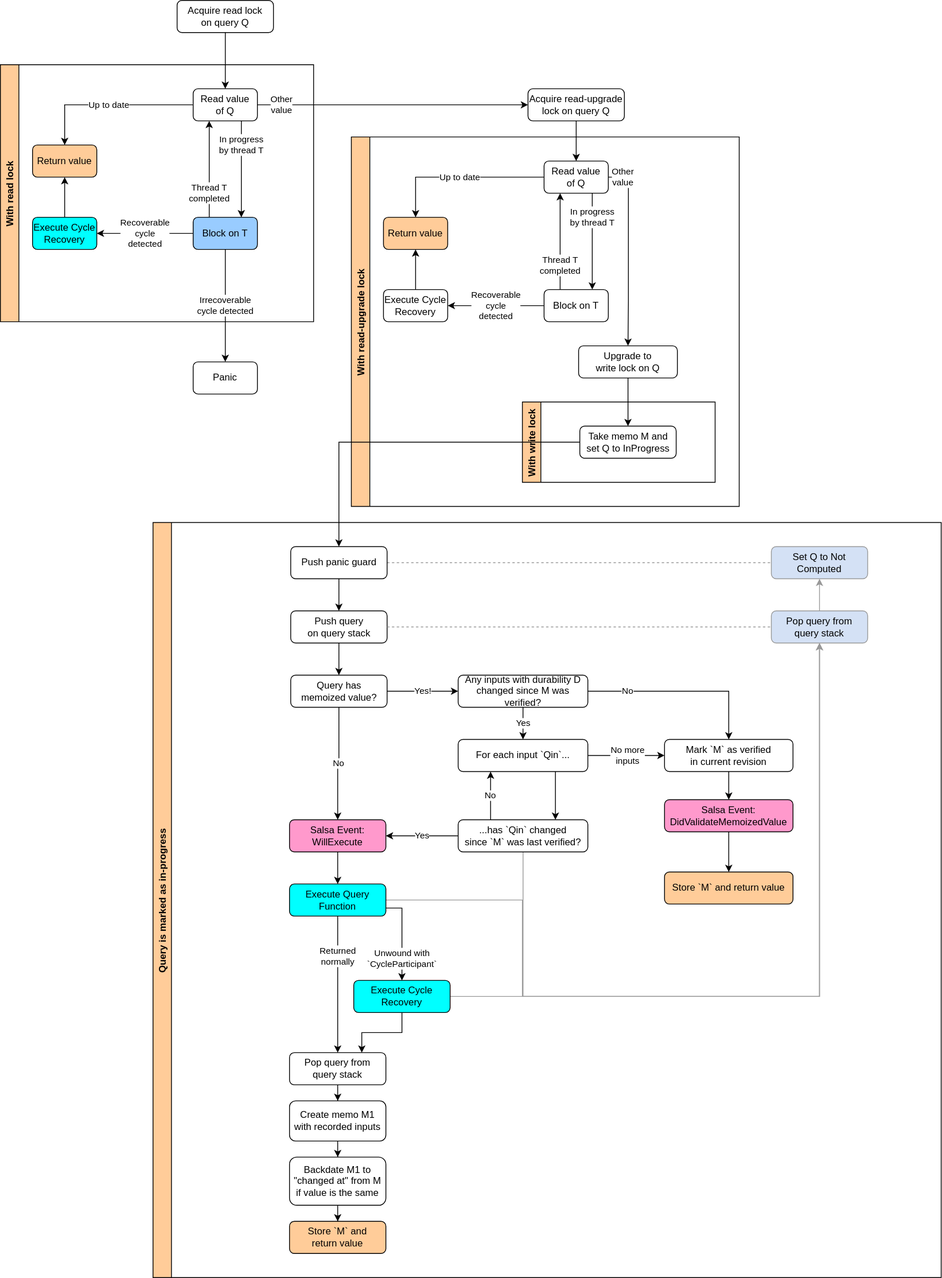
Earlier version of the draw.io export book/src/derived-query-read.drawio.svg (salsa-rs/salsa). Source tidied: cells renumbered, new cells last; positions are measured from the earlier drawing's top-left corner, leaving out a move shared by most shapes.
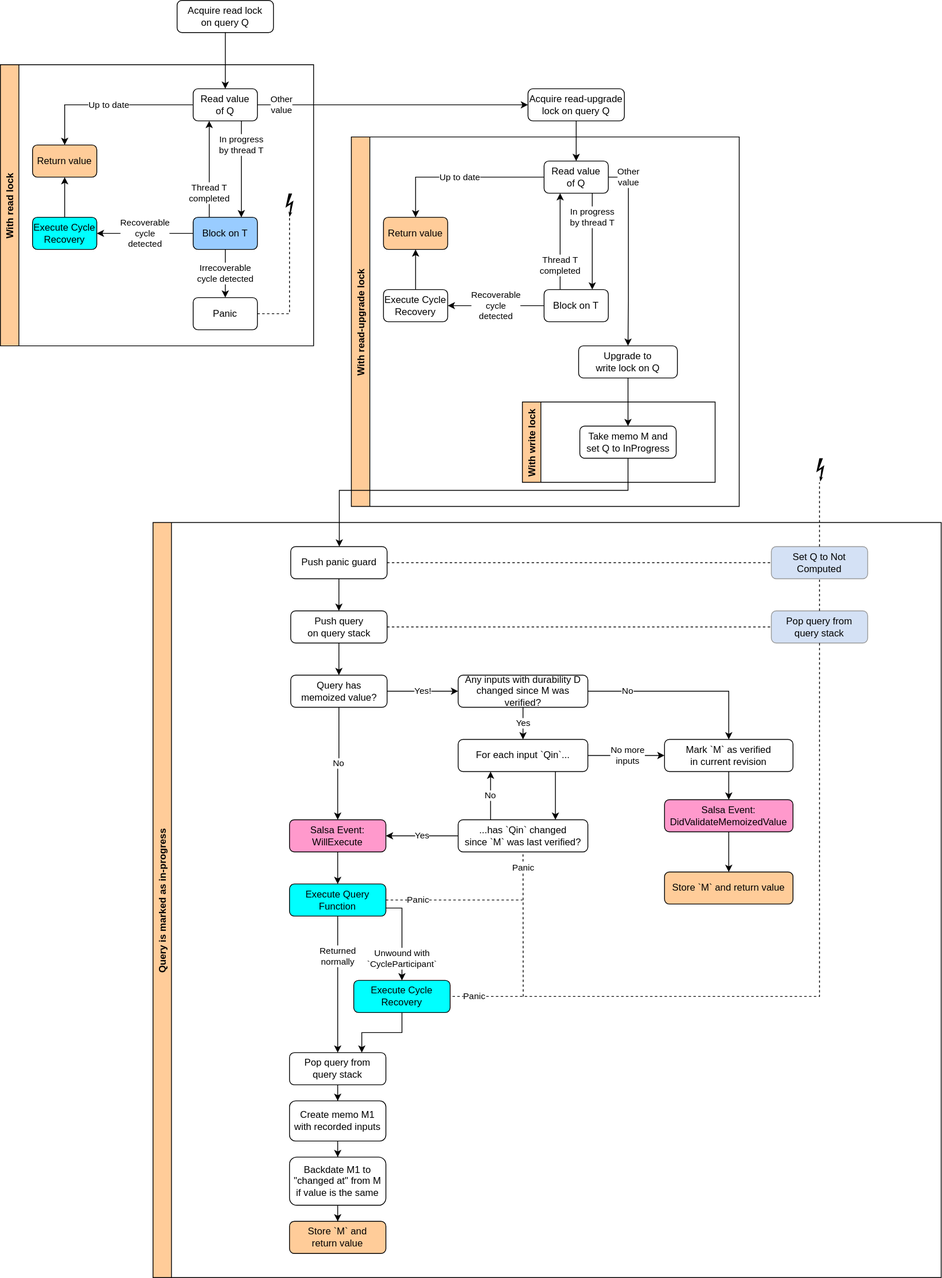
The same file after the commit.

Commit message:
Cleanup edges, panics for diagram

What changed in the source:
```diff
@@ -15,7 +15,7 @@
       <mxGeometry x="657" y="110" width="120" height="40" as="geometry" />
     </mxCell>
     <mxCell id="6" value="With read lock" style="swimlane;horizontal=0;fontColor=default;strokeColor=default;fillColor=#FFCC99;" parent="1" vertex="1">
-      <mxGeometry y="80" width="390" height="320" as="geometry" />
+      <mxGeometry y="80" width="390" height="350" as="geometry" />
     </mxCell>
     <mxCell id="7" value="In progress&lt;br&gt;by thread T" style="edgeStyle=orthogonalEdgeStyle;rounded=0;jettySize=auto;html=1;fontColor=default;startArrow=none;exitX=0.75;exitY=1;exitDx=0;exitDy=0;entryX=0.75;entryY=0;entryDx=0;entryDy=0;" parent="6" edge="1" source="8" target="10">
       <mxGeometry x="-0.5" relative="1" as="geometry" />
@@ -44,20 +44,23 @@
     <mxCell id="15" value="Recoverable &lt;br&gt;cycle&lt;br&gt;&lt;div&gt;detected&lt;/div&gt;" style="edgeStyle=orthogonalEdgeStyle;rounded=0;jettySize=auto;html=1;fontColor=default;" parent="6" edge="1" source="10" target="14">
       <mxGeometry relative="1" as="geometry" />
     </mxCell>
-    <mxCell id="16" value="Other&lt;br&gt;value" style="edgeStyle=orthogonalEdgeStyle;rounded=0;jettySize=auto;html=1;exitX=1;exitY=0.5;exitDx=0;exitDy=0;fontColor=default;" parent="1" edge="1" source="8" target="5">
-      <mxGeometry x="-0.82" relative="1" as="geometry">
-        <Array as="points">
-          <mxPoint x="470" y="130" />
-          <mxPoint x="470" y="130" />
-        </Array>
-      </mxGeometry>
-    </mxCell>
-    <mxCell id="17" value="Panic" style="rounded=1;whiteSpace=wrap;html=1;fontSize=12;glass=0;strokeWidth=1;shadow=0;fillColor=default;strokeColor=default;fontColor=default;" parent="1" vertex="1">
-      <mxGeometry x="240" y="450" width="80" height="40" as="geometry" />
+    <mxCell id="17" value="Panic" style="rounded=1;whiteSpace=wrap;html=1;fontSize=12;glass=0;strokeWidth=1;shadow=0;fillColor=default;strokeColor=default;fontColor=default;" parent="6" vertex="1">
+      <mxGeometry x="240" y="290" width="80" height="40" as="geometry" />
     </mxCell>
-    <mxCell id="18" value="Irrecoverable&lt;br&gt;cycle detected" style="edgeStyle=orthogonalEdgeStyle;rounded=0;jettySize=auto;html=1;shadow=0;fontColor=default;" parent="1" edge="1" source="10" target="17">
+    <mxCell id="18" value="Irrecoverable&lt;br&gt;cycle detected" style="edgeStyle=orthogonalEdgeStyle;rounded=0;jettySize=auto;html=1;shadow=0;fontColor=default;" parent="6" edge="1" source="10" target="17">
       <mxGeometry relative="1" as="geometry" />
     </mxCell>
+    <mxCell id="79" style="shape=mxgraph.signs.safety.high_voltage_2;html=1;fillColor=#000000;strokeColor=none;verticalLabelPosition=bottom;verticalAlign=top;align=center;sketch=0;" parent="6" vertex="1">
+      <mxGeometry x="355" y="160.5" width="10" height="29" as="geometry" />
+    </mxCell>
+    <mxCell id="16" value="Other&lt;br&gt;value" style="edgeStyle=orthogonalEdgeStyle;rounded=0;jettySize=auto;html=1;exitX=1;exitY=0.5;exitDx=0;exitDy=0;fontColor=default;" parent="1" edge="1" source="8" target="5">
+      <mxGeometry x="-0.82" relative="1" as="geometry">
+        <Array as="points">
+          <mxPoint x="470" y="130" />
+          <mxPoint x="470" y="130" />
+        </Array>
+      </mxGeometry>
+    </mxCell>
     <mxCell id="19" value="With read-upgrade lock" style="swimlane;horizontal=0;fontColor=default;strokeColor=default;fillColor=#FFCC99;" parent="1" vertex="1">
       <mxGeometry x="437" y="170" width="483" height="460" as="geometry" />
     </mxCell>
@@ -92,11 +95,12 @@
       <mxGeometry x="283" y="260" width="123" height="40" as="geometry" />
     </mxCell>
     <mxCell id="30" value="Other&lt;br&gt;value" style="edgeStyle=orthogonalEdgeStyle;rounded=0;jettySize=auto;html=1;shadow=0;fontColor=default;entryX=0.5;entryY=0;entryDx=0;entryDy=0;" parent="19" edge="1" source="21" target="29">
-      <mxGeometry x="-0.84" relative="1" as="geometry">
+      <mxGeometry x="-0.79" relative="1" as="geometry">
         <Array as="points">
           <mxPoint x="345" y="50" />
           <mxPoint x="345" y="205" />
         </Array>
+        <mxPoint x="1" as="offset" />
       </mxGeometry>
     </mxCell>
     <mxCell id="31" value="With write lock" style="swimlane;horizontal=0;fontColor=default;strokeColor=default;fillColor=#FFCC99;startSize=23;" parent="19" vertex="1">
@@ -108,22 +112,24 @@
     <mxCell id="33" style="edgeStyle=orthogonalEdgeStyle;rounded=0;jettySize=auto;html=1;shadow=0;fontColor=default;" parent="19" edge="1" source="29" target="32">
       <mxGeometry relative="1" as="geometry" />
     </mxCell>
-    <mxCell id="34" style="edgeStyle=orthogonalEdgeStyle;rounded=0;jettySize=auto;html=1;shadow=0;fontColor=default;" parent="1" edge="1" source="32" target="40">
-      <mxGeometry relative="1" as="geometry" />
+    <mxCell id="34" style="edgeStyle=orthogonalEdgeStyle;rounded=0;jettySize=auto;html=1;shadow=0;fontColor=default;exitX=0.5;exitY=1;exitDx=0;exitDy=0;" parent="1" edge="1" source="32" target="40">
+      <mxGeometry relative="1" as="geometry">
+        <Array as="points">
+          <mxPoint x="782" y="610" />
+          <mxPoint x="422" y="610" />
+        </Array>
+      </mxGeometry>
     </mxCell>
     <mxCell id="35" value="Query is marked as in-progress" style="swimlane;horizontal=0;fontColor=default;strokeColor=default;fillColor=#FFCC99;" parent="1" vertex="1">
       <mxGeometry x="190" y="650" width="981.5" height="940" as="geometry" />
     </mxCell>
-    <mxCell id="36" style="edgeStyle=orthogonalEdgeStyle;rounded=0;jettySize=auto;html=1;shadow=0;fontColor=default;strokeColor=#999999;" parent="35" edge="1" source="37" target="38">
-      <mxGeometry relative="1" as="geometry" />
-    </mxCell>
     <mxCell id="37" value="&lt;div&gt;Pop query from&lt;/div&gt;&lt;div&gt;query stack&lt;/div&gt;" style="rounded=1;whiteSpace=wrap;html=1;fontColor=default;strokeColor=#999999;fillColor=#D4E1F5;" parent="35" vertex="1">
       <mxGeometry x="770" y="110" width="120" height="40" as="geometry" />
     </mxCell>
     <mxCell id="38" value="Set Q to Not Computed" style="rounded=1;whiteSpace=wrap;html=1;fontColor=default;strokeColor=#999999;fillColor=#D4E1F5;" parent="35" vertex="1">
       <mxGeometry x="770" y="30" width="120" height="40" as="geometry" />
     </mxCell>
-    <mxCell id="39" style="endArrow=none;dashed=1;html=1;rounded=0;shadow=0;fontColor=default;strokeColor=#999999;exitX=1;exitY=0.5;exitDx=0;exitDy=0;entryX=0;entryY=0.5;entryDx=0;entryDy=0;" parent="35" edge="1" source="40" target="38">
+    <mxCell id="39" style="endArrow=none;dashed=1;html=1;rounded=0;shadow=0;fontColor=default;strokeColor=#000000;exitX=1;exitY=0.5;exitDx=0;exitDy=0;entryX=0;entryY=0.5;entryDx=0;entryDy=0;" parent="35" edge="1" source="40" target="38">
       <mxGeometry relative="1" as="geometry" />
     </mxCell>
     <mxCell id="40" value="Push panic guard" style="rounded=1;whiteSpace=wrap;html=1;fontSize=12;glass=0;strokeWidth=1;shadow=0;fillColor=default;strokeColor=default;fontColor=default;" parent="35" vertex="1">
@@ -132,7 +138,7 @@
     <mxCell id="41" value="Push query&lt;br&gt;on query stack" style="rounded=1;whiteSpace=wrap;html=1;fontSize=12;glass=0;strokeWidth=1;shadow=0;fillColor=default;strokeColor=default;fontColor=default;" parent="35" vertex="1">
       <mxGeometry x="171.5" y="110" width="120" height="40" as="geometry" />
     </mxCell>
-    <mxCell id="42" style="endArrow=none;dashed=1;html=1;rounded=0;shadow=0;fontColor=default;strokeColor=#999999;exitX=1;exitY=0.5;exitDx=0;exitDy=0;" parent="35" edge="1" source="41" target="37">
+    <mxCell id="42" style="endArrow=none;dashed=1;html=1;rounded=0;shadow=0;fontColor=default;strokeColor=#000000;exitX=1;exitY=0.5;exitDx=0;exitDy=0;" parent="35" edge="1" source="41" target="37">
       <mxGeometry relative="1" as="geometry" />
     </mxCell>
     <mxCell id="43" style="edgeStyle=orthogonalEdgeStyle;rounded=0;jettySize=auto;html=1;shadow=0;fontColor=default;" parent="35" edge="1" source="40" target="41">
@@ -150,24 +156,12 @@
     <mxCell id="47" value="No" style="edgeStyle=orthogonalEdgeStyle;rounded=0;jettySize=auto;html=1;shadow=0;fontColor=default;" parent="35" edge="1" source="44" target="46">
       <mxGeometry relative="1" as="geometry" />
     </mxCell>
-    <mxCell id="48" style="edgeStyle=orthogonalEdgeStyle;rounded=0;jettySize=auto;html=1;shadow=0;fontColor=default;strokeColor=#999999;" parent="35" edge="1" source="49" target="37">
-      <mxGeometry relative="1" as="geometry">
-        <Array as="points">
-          <mxPoint x="460" y="470" />
-          <mxPoint x="460" y="590" />
-          <mxPoint x="830" y="590" />
-        </Array>
-      </mxGeometry>
-    </mxCell>
     <mxCell id="49" value="Execute Query Function" style="rounded=1;whiteSpace=wrap;html=1;fontSize=12;glass=0;strokeWidth=1;shadow=0;fillColor=#00FFFF;strokeColor=default;fontColor=default;" parent="35" vertex="1">
       <mxGeometry x="170" y="450" width="120" height="40" as="geometry" />
     </mxCell>
     <mxCell id="50" style="edgeStyle=orthogonalEdgeStyle;rounded=0;jettySize=auto;html=1;shadow=0;fontColor=default;" parent="35" edge="1" source="46" target="49">
       <mxGeometry relative="1" as="geometry" />
     </mxCell>
-    <mxCell id="51" style="edgeStyle=orthogonalEdgeStyle;rounded=0;jettySize=auto;html=1;shadow=0;fontColor=default;strokeColor=#999999;" parent="35" edge="1" source="52" target="37">
-      <mxGeometry relative="1" as="geometry" />
-    </mxCell>
     <mxCell id="52" value="Execute Cycle Recovery" style="rounded=1;whiteSpace=wrap;html=1;fontSize=12;glass=0;strokeWidth=1;shadow=0;fillColor=#00FFFF;strokeColor=default;fontColor=default;" parent="35" vertex="1">
       <mxGeometry x="250" y="570" width="120" height="40" as="geometry" />
     </mxCell>
@@ -210,14 +204,6 @@
     <mxCell id="65" value="No" style="edgeStyle=orthogonalEdgeStyle;rounded=0;jettySize=auto;html=1;entryX=0.25;entryY=1;entryDx=0;entryDy=0;shadow=0;fontColor=default;exitX=0.25;exitY=0;exitDx=0;exitDy=0;" parent="35" edge="1" source="67" target="63">
       <mxGeometry relative="1" as="geometry" />
     </mxCell>
-    <mxCell id="66" style="edgeStyle=orthogonalEdgeStyle;rounded=0;jettySize=auto;html=1;shadow=0;fontColor=default;strokeColor=#999999;" parent="35" edge="1" source="67" target="37">
-      <mxGeometry relative="1" as="geometry">
-        <Array as="points">
-          <mxPoint x="461" y="590" />
-          <mxPoint x="830" y="590" />
-        </Array>
-      </mxGeometry>
-    </mxCell>
     <mxCell id="67" value="&lt;div&gt;...has `Qin` changed&lt;/div&gt;&lt;div&gt;since `M` was last verified?&lt;br&gt;&lt;/div&gt;" style="rounded=1;whiteSpace=wrap;html=1;fontSize=12;glass=0;strokeWidth=1;shadow=0;fillColor=default;strokeColor=default;fontColor=default;" parent="35" vertex="1">
       <mxGeometry x="380" y="370" width="161.5" height="40" as="geometry" />
     </mxCell>
@@ -256,5 +242,41 @@
     <mxCell id="78" value="No" style="edgeStyle=orthogonalEdgeStyle;rounded=0;jettySize=auto;html=1;shadow=0;fontColor=default;strokeColor=#000000;exitX=1;exitY=0.5;exitDx=0;exitDy=0;" parent="35" edge="1" source="77" target="69">
       <mxGeometry x="-0.59" relative="1" as="geometry" />
     </mxCell>
+    <mxCell id="80" value="&lt;div&gt;Panic&lt;/div&gt;" style="endArrow=none;dashed=1;html=1;rounded=0;entryX=0.5;entryY=1;entryDx=0;entryDy=0;" parent="35" edge="1" target="67">
+      <mxGeometry x="0.78" relative="1" as="geometry">
+        <mxPoint x="461" y="590" as="sourcePoint" />
+      </mxGeometry>
+    </mxCell>
+    <mxCell id="81" value="Panic" style="endArrow=none;dashed=1;html=1;rounded=0;entryX=1;entryY=0.5;entryDx=0;entryDy=0;exitX=0.5;exitY=1;exitDx=0;exitDy=0;" parent="35" edge="1" source="37" target="52">
+      <mxGeometry x="0.93" relative="1" as="geometry">
+        <Array as="points">
+          <mxPoint x="830" y="590" />
+        </Array>
+      </mxGeometry>
+    </mxCell>
+    <mxCell id="82" value="&lt;div&gt;Panic&lt;/div&gt;" style="endArrow=none;dashed=1;html=1;rounded=0;exitX=1;exitY=0.5;exitDx=0;exitDy=0;" parent="35" edge="1" source="49">
+      <mxGeometry x="-0.53" relative="1" as="geometry">
+        <mxPoint x="460" y="470" as="targetPoint" />
+      </mxGeometry>
+    </mxCell>
+    <mxCell id="36" style="endArrow=none;dashed=1;html=1;rounded=0;exitX=0.5;exitY=0;exitDx=0;exitDy=0;entryX=0.5;entryY=1;entryDx=0;entryDy=0;" parent="35" edge="1" source="37" target="38">
+      <mxGeometry relative="1" as="geometry" />
+    </mxCell>
+    <mxCell id="83" style="endArrow=none;dashed=1;html=1;rounded=0;exitX=0.5;exitY=0;exitDx=0;exitDy=0;" parent="35" edge="1" source="38">
+      <mxGeometry relative="1" as="geometry">
+        <mxPoint x="830" y="-50" as="targetPoint" />
+      </mxGeometry>
+    </mxCell>
+    <mxCell id="84" style="endArrow=none;dashed=1;html=1;rounded=0;exitX=1;exitY=0.5;exitDx=0;exitDy=0;" parent="1" edge="1" source="17">
+      <mxGeometry relative="1" as="geometry">
+        <mxPoint x="360" y="270" as="targetPoint" />
+        <Array as="points">
+          <mxPoint x="360" y="390" />
+        </Array>
+      </mxGeometry>
+    </mxCell>
+    <mxCell id="85" style="shape=mxgraph.signs.safety.high_voltage_2;html=1;fillColor=#000000;strokeColor=none;verticalLabelPosition=bottom;verticalAlign=top;align=center;sketch=0;" parent="1" vertex="1">
+      <mxGeometry x="1016" y="570" width="10" height="29" as="geometry" />
+    </mxCell>
   </root>
 </mxGraphModel>
```
